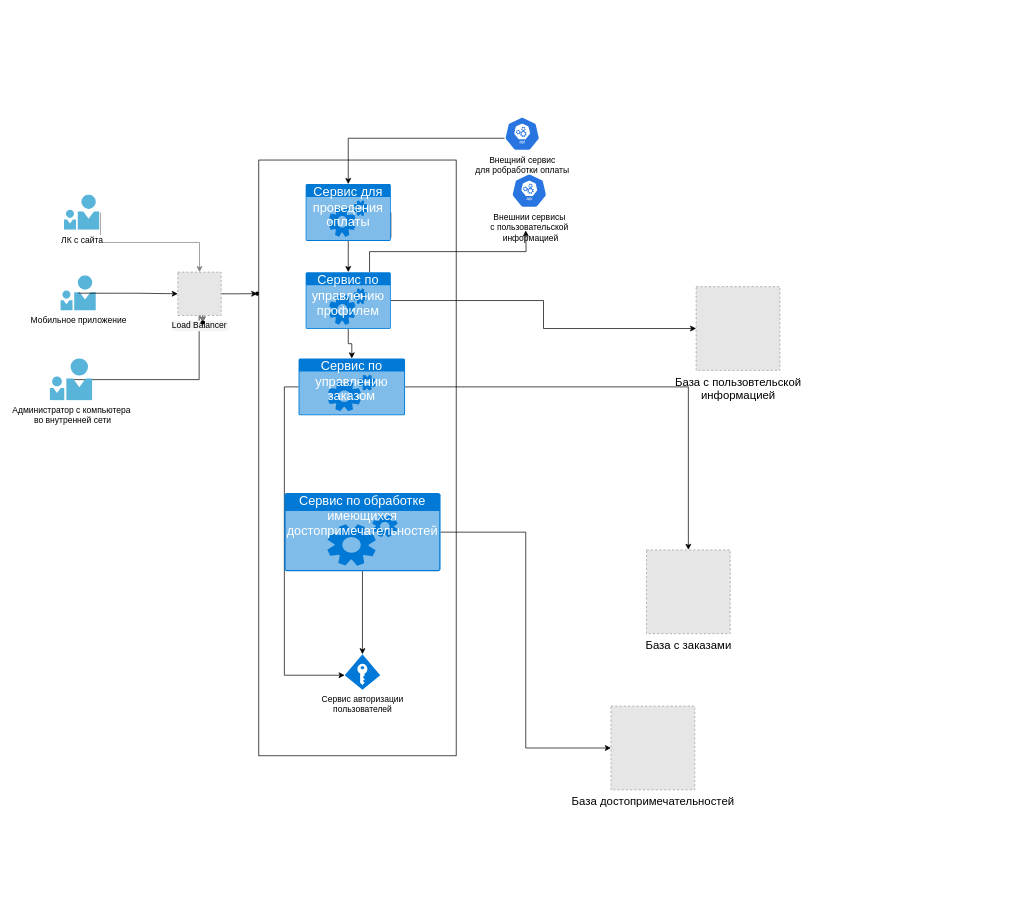
Above: Graphics/Диаграмма без названия.drawio in CharmJackal/Architect (draw.io), before the change. Source tidied: cells renumbered, new cells numbered last; positions are measured from the earlier drawing's top-left corner, leaving out a move shared by most shapes. Both pictures are drawn from the tidied source at 71%, with x=0, y=0 at pixel (50, 116). Pictures stored in the file or linked from it are replaced by grey dashed boxes.
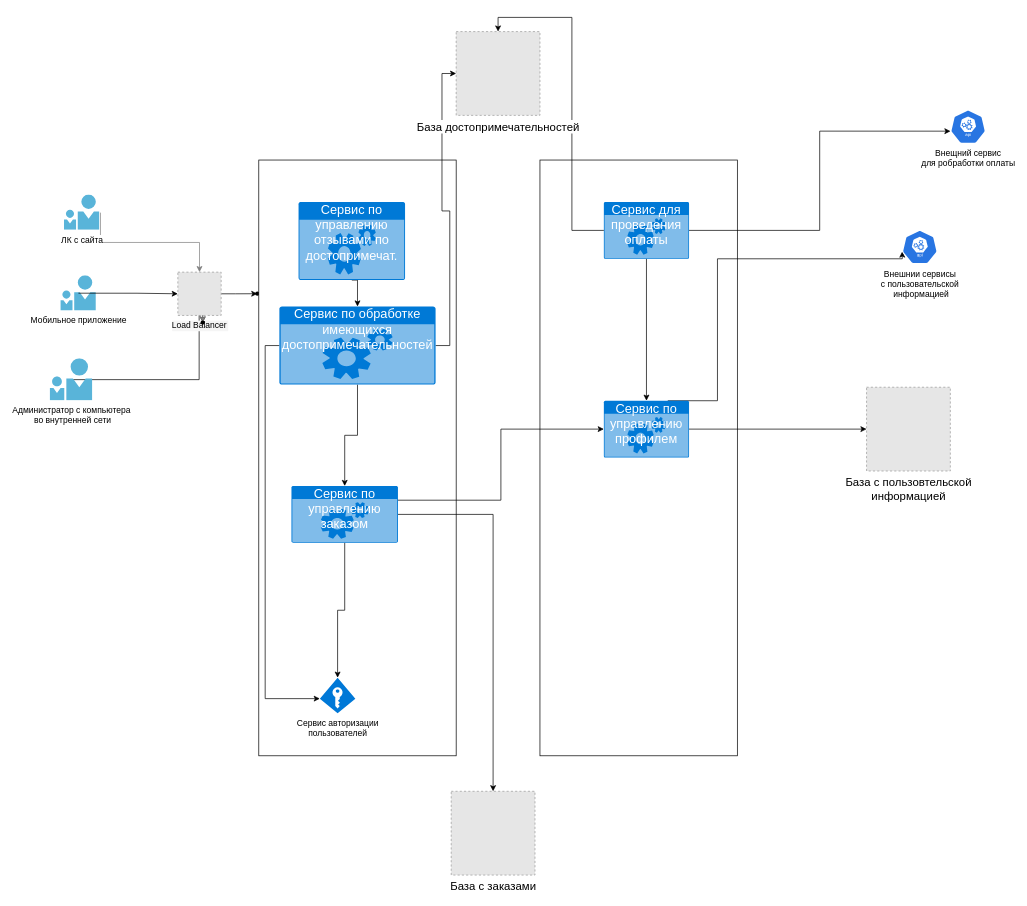
The same page after the edit.

The edit, as a diff of the source:
```diff
@@
+    <mxCell id="33" style="rounded=0;whiteSpace=wrap;html=1;" parent="1" vertex="1">
+      <mxGeometry x="690" y="60.9" width="278" height="839.1" as="geometry" />
+    </mxCell>
@@
-    <mxCell id="14" style="edgeStyle=orthogonalEdgeStyle;rounded=0;jettySize=auto;html=1;exitX=1;exitY=0.5;exitDx=0;exitDy=0;exitPerimeter=0;entryX=0.5;entryY=0;entryDx=0;entryDy=0;entryPerimeter=0;" parent="1" edge="1" source="15" target="23">
-      <mxGeometry relative="1" as="geometry">
-        <Array as="points">
-          <mxPoint x="480" y="170" />
-          <mxPoint x="420" y="170" />
-        </Array>
-      </mxGeometry>
+    <mxCell id="14" style="edgeStyle=orthogonalEdgeStyle;rounded=0;jettySize=auto;html=1;exitX=0.5;exitY=1;exitDx=0;exitDy=0;exitPerimeter=0;entryX=0.5;entryY=0;entryDx=0;entryDy=0;entryPerimeter=0;" parent="1" edge="1" source="15" target="23">
+      <mxGeometry relative="1" as="geometry" />
     </mxCell>
     <mxCell id="15" value="&lt;font style=&quot;font-size: 18px;&quot;&gt;Сервис для проведения оплаты&lt;/font&gt;" style="html=1;whiteSpace=wrap;strokeColor=none;fillColor=#0079D6;labelPosition=center;verticalLabelPosition=middle;verticalAlign=top;align=center;fontSize=12;outlineConnect=0;spacingTop=-6;fontColor=#FFFFFF;sketch=0;shape=mxgraph.sitemap.services;" parent="1" vertex="1">
-      <mxGeometry x="360" y="94.8" width="120" height="80" as="geometry" />
+      <mxGeometry x="780" y="120" width="120" height="80" as="geometry" />
     </mxCell>
     <mxCell id="16" value="Сервис авторизации&lt;br&gt;пользователей" style="shadow=0;dashed=0;html=1;strokeColor=none;labelPosition=center;verticalLabelPosition=bottom;verticalAlign=top;align=center;shape=mxgraph.azure.access_control;fillColor=#0078D7;labelBackgroundColor=#ffffff;" parent="1" vertex="1">
-      <mxGeometry x="415" y="757" width="50" height="50" as="geometry" />
+      <mxGeometry x="380" y="790" width="50" height="50" as="geometry" />
     </mxCell>
-    <mxCell id="17" style="edgeStyle=orthogonalEdgeStyle;rounded=0;jettySize=auto;html=1;exitX=0.005;exitY=0.63;exitDx=0;exitDy=0;exitPerimeter=0;" parent="1" edge="1" source="18" target="15">
+    <mxCell id="17" style="edgeStyle=orthogonalEdgeStyle;rounded=0;jettySize=auto;html=1;entryX=0.005;entryY=0.63;entryDx=0;entryDy=0;entryPerimeter=0;" parent="1" edge="1" source="15" target="18">
       <mxGeometry relative="1" as="geometry" />
     </mxCell>
     <mxCell id="18" value="Внещний сервис &lt;br&gt;для робработки оплаты" style="sketch=0;html=1;dashed=0;whitespace=wrap;fillColor=#2875E2;strokeColor=#ffffff;points=[[0.005,0.63,0],[0.1,0.2,0],[0.9,0.2,0],[0.5,0,0],[0.995,0.63,0],[0.72,0.99,0],[0.5,1,0],[0.28,0.99,0]];verticalLabelPosition=bottom;align=center;verticalAlign=top;shape=mxgraph.kubernetes.icon;prIcon=api;" parent="1" vertex="1">
-      <mxGeometry x="640" width="50" height="48" as="geometry" />
+      <mxGeometry x="1268" y="-10" width="50" height="48" as="geometry" />
     </mxCell>
     <mxCell id="19" value="&lt;font style=&quot;font-size: 16px;&quot;&gt;База с пользовтельской&lt;br&gt;информацией&lt;/font&gt;" style="fillColor=#E6E6E6;strokeColor=#999999;dashed=1;html=1;verticalAlign=top;verticalLabelPosition=bottom;labelBackgroundColor=#ffffff;" parent="1" vertex="1">
-      <mxGeometry x="910" y="239.2" width="118" height="118" as="geometry" />
+      <mxGeometry x="1150" y="380.9" width="118" height="118" as="geometry" />
     </mxCell>
@@
-    <mxCell id="21" style="edgeStyle=orthogonalEdgeStyle;rounded=0;jettySize=auto;html=1;" parent="1" edge="1" source="23" target="26">
-      <mxGeometry relative="1" as="geometry" />
-    </mxCell>
-    <mxCell id="22" style="edgeStyle=orthogonalEdgeStyle;rounded=0;jettySize=auto;html=1;exitX=0.75;exitY=0;exitDx=0;exitDy=0;exitPerimeter=0;" parent="1" edge="1" source="23">
-      <mxGeometry relative="1" as="geometry">
-        <mxPoint x="670" y="160" as="targetPoint" />
-      </mxGeometry>
-    </mxCell>
+    <mxCell id="34" style="edgeStyle=orthogonalEdgeStyle;rounded=0;jettySize=auto;html=1;exitX=0;exitY=0.5;exitDx=0;exitDy=0;exitPerimeter=0;entryX=0.5;entryY=0;entryDx=0;entryDy=0;entryPerimeter=0;" parent="1" edge="1" source="15" target="31">
+      <mxGeometry relative="1" as="geometry" />
+    </mxCell>
+    <mxCell id="35" style="edgeStyle=orthogonalEdgeStyle;rounded=0;jettySize=auto;html=1;exitX=0.75;exitY=0;exitDx=0;exitDy=0;exitPerimeter=0;entryX=0.005;entryY=0.63;entryDx=0;entryDy=0;entryPerimeter=0;" parent="1" edge="1" source="23" target="32">
+      <mxGeometry relative="1" as="geometry">
+        <Array as="points">
+          <mxPoint x="940" y="400" />
+          <mxPoint x="940" y="200" />
+          <mxPoint x="1200" y="200" />
+        </Array>
+      </mxGeometry>
+    </mxCell>
     <mxCell id="23" value="&lt;font style=&quot;font-size: 18px;&quot;&gt;Сервис по управлению профилем&lt;/font&gt;" style="html=1;whiteSpace=wrap;strokeColor=none;fillColor=#0079D6;labelPosition=center;verticalLabelPosition=middle;verticalAlign=top;align=center;fontSize=12;outlineConnect=0;spacingTop=-6;fontColor=#FFFFFF;sketch=0;shape=mxgraph.sitemap.services;" parent="1" vertex="1">
-      <mxGeometry x="360" y="218.8" width="120" height="80" as="geometry" />
+      <mxGeometry x="780" y="399.9" width="120" height="80" as="geometry" />
     </mxCell>
@@
-    <mxCell id="25" style="edgeStyle=orthogonalEdgeStyle;rounded=0;jettySize=auto;html=1;exitX=0;exitY=0.5;exitDx=0;exitDy=0;exitPerimeter=0;entryX=0;entryY=0.59;entryDx=0;entryDy=0;entryPerimeter=0;" parent="1" edge="1" source="26" target="16">
-      <mxGeometry relative="1" as="geometry" />
-    </mxCell>
-    <mxCell id="26" value="&lt;font style=&quot;font-size: 18px;&quot;&gt;Сервис по управлению заказом&lt;/font&gt;" style="html=1;whiteSpace=wrap;strokeColor=none;fillColor=#0079D6;labelPosition=center;verticalLabelPosition=middle;verticalAlign=top;align=center;fontSize=12;outlineConnect=0;spacingTop=-6;fontColor=#FFFFFF;sketch=0;shape=mxgraph.sitemap.services;" parent="1" vertex="1">
-      <mxGeometry x="350" y="340.4" width="150" height="80" as="geometry" />
-    </mxCell>
     <mxCell id="27" value="&lt;span style=&quot;font-size: 16px;&quot;&gt;База с заказами&lt;/span&gt;" style="fillColor=#E6E6E6;strokeColor=#999999;dashed=1;html=1;verticalAlign=top;verticalLabelPosition=bottom;labelBackgroundColor=#ffffff;" parent="1" vertex="1">
-      <mxGeometry x="840" y="610" width="118" height="118" as="geometry" />
+      <mxGeometry x="565" y="950" width="118" height="118" as="geometry" />
     </mxCell>
@@
-    <mxCell id="29" style="edgeStyle=orthogonalEdgeStyle;rounded=0;jettySize=auto;html=1;exitX=0.5;exitY=1;exitDx=0;exitDy=0;exitPerimeter=0;entryX=0.5;entryY=0;entryDx=0;entryDy=0;entryPerimeter=0;" parent="1" edge="1" source="30" target="16">
+    <mxCell id="29" style="edgeStyle=orthogonalEdgeStyle;rounded=0;jettySize=auto;html=1;exitX=0.5;exitY=1;exitDx=0;exitDy=0;exitPerimeter=0;entryX=0.5;entryY=0;entryDx=0;entryDy=0;entryPerimeter=0;" parent="1" edge="1" source="26" target="16">
       <mxGeometry relative="1" as="geometry" />
     </mxCell>
+    <mxCell id="36" style="edgeStyle=orthogonalEdgeStyle;rounded=0;jettySize=auto;html=1;exitX=0.5;exitY=1;exitDx=0;exitDy=0;exitPerimeter=0;entryX=0.5;entryY=0;entryDx=0;entryDy=0;entryPerimeter=0;" parent="1" edge="1" source="30" target="26">
+      <mxGeometry relative="1" as="geometry" />
+    </mxCell>
+    <mxCell id="37" style="edgeStyle=orthogonalEdgeStyle;rounded=0;jettySize=auto;html=1;exitX=0;exitY=0.5;exitDx=0;exitDy=0;exitPerimeter=0;entryX=0;entryY=0.59;entryDx=0;entryDy=0;entryPerimeter=0;" parent="1" edge="1" source="30" target="16">
+      <mxGeometry relative="1" as="geometry" />
+    </mxCell>
     <mxCell id="30" value="&lt;font style=&quot;font-size: 18px;&quot;&gt;Сервис по обработке имеющихся достопримечательностей&lt;br&gt;&lt;/font&gt;" style="html=1;whiteSpace=wrap;strokeColor=none;fillColor=#0079D6;labelPosition=center;verticalLabelPosition=middle;verticalAlign=top;align=center;fontSize=12;outlineConnect=0;spacingTop=-6;fontColor=#FFFFFF;sketch=0;shape=mxgraph.sitemap.services;" parent="1" vertex="1">
-      <mxGeometry x="330" y="530" width="220" height="110" as="geometry" />
+      <mxGeometry x="323" y="267.2" width="220" height="110" as="geometry" />
     </mxCell>
+    <mxCell id="32" value="Внешнии сервисы&lt;br&gt;с пользовательской&lt;br&gt;&amp;nbsp;информацией" style="sketch=0;html=1;dashed=0;whitespace=wrap;fillColor=#2875E2;strokeColor=#ffffff;points=[[0.005,0.63,0],[0.1,0.2,0],[0.9,0.2,0],[0.5,0,0],[0.995,0.63,0],[0.72,0.99,0],[0.5,1,0],[0.28,0.99,0]];verticalLabelPosition=bottom;align=center;verticalAlign=top;shape=mxgraph.kubernetes.icon;prIcon=api;" parent="1" vertex="1">
+      <mxGeometry x="1200" y="159.5" width="50" height="48" as="geometry" />
+    </mxCell>
+    <mxCell id="38" style="edgeStyle=orthogonalEdgeStyle;rounded=0;jettySize=auto;html=1;exitX=1;exitY=0.25;exitDx=0;exitDy=0;exitPerimeter=0;entryX=0;entryY=0.5;entryDx=0;entryDy=0;entryPerimeter=0;" parent="1" edge="1" source="26" target="23">
+      <mxGeometry relative="1" as="geometry" />
+    </mxCell>
+    <mxCell id="26" value="&lt;font style=&quot;font-size: 18px;&quot;&gt;Сервис по управлению заказом&lt;/font&gt;" style="html=1;whiteSpace=wrap;strokeColor=none;fillColor=#0079D6;labelPosition=center;verticalLabelPosition=middle;verticalAlign=top;align=center;fontSize=12;outlineConnect=0;spacingTop=-6;fontColor=#FFFFFF;sketch=0;shape=mxgraph.sitemap.services;" parent="1" vertex="1">
+      <mxGeometry x="340" y="520" width="150" height="80" as="geometry" />
+    </mxCell>
     <mxCell id="31" value="&lt;span style=&quot;font-size: 16px;&quot;&gt;База достопримечательностей&lt;/span&gt;" style="fillColor=#E6E6E6;strokeColor=#999999;dashed=1;html=1;verticalAlign=top;verticalLabelPosition=bottom;labelBackgroundColor=#ffffff;" parent="1" vertex="1">
-      <mxGeometry x="790" y="830" width="118" height="118" as="geometry" />
+      <mxGeometry x="572" y="-120" width="118" height="118" as="geometry" />
     </mxCell>
-    <mxCell id="32" value="Внешнии сервисы&lt;br&gt;с пользовательской&lt;br&gt;&amp;nbsp;информацией" style="sketch=0;html=1;dashed=0;whitespace=wrap;fillColor=#2875E2;strokeColor=#ffffff;points=[[0.005,0.63,0],[0.1,0.2,0],[0.9,0.2,0],[0.5,0,0],[0.995,0.63,0],[0.72,0.99,0],[0.5,1,0],[0.28,0.99,0]];verticalLabelPosition=bottom;align=center;verticalAlign=top;shape=mxgraph.kubernetes.icon;prIcon=api;" parent="1" vertex="1">
-      <mxGeometry x="650" y="80" width="50" height="48" as="geometry" />
-    </mxCell>
+    <mxCell id="39" style="edgeStyle=orthogonalEdgeStyle;rounded=0;jettySize=auto;html=1;exitX=0.5;exitY=1;exitDx=0;exitDy=0;exitPerimeter=0;entryX=0.5;entryY=0;entryDx=0;entryDy=0;entryPerimeter=0;" parent="1" edge="1" source="40" target="30">
+      <mxGeometry relative="1" as="geometry" />
+    </mxCell>
+    <mxCell id="40" value="&lt;font style=&quot;font-size: 18px;&quot;&gt;Сервис по управлению отзывами по достопримечат.&lt;/font&gt;" style="html=1;whiteSpace=wrap;strokeColor=none;fillColor=#0079D6;labelPosition=center;verticalLabelPosition=middle;verticalAlign=top;align=center;fontSize=12;outlineConnect=0;spacingTop=-6;fontColor=#FFFFFF;sketch=0;shape=mxgraph.sitemap.services;" parent="1" vertex="1">
+      <mxGeometry x="350" y="120" width="150" height="110" as="geometry" />
+    </mxCell>
```
